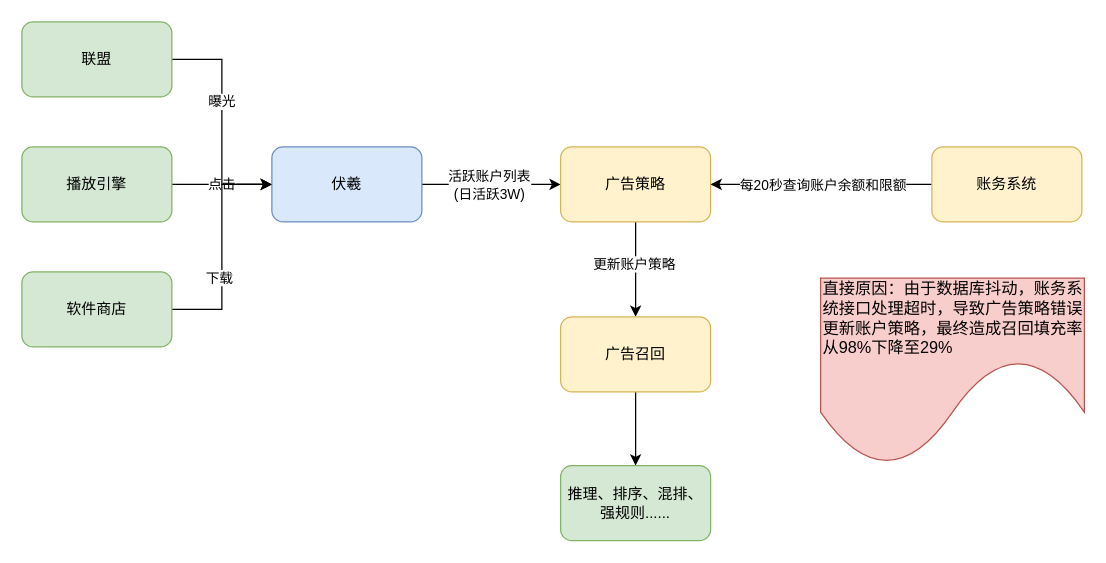
The draw.io diagram 账务系统.drawio in qiangyin/zipkin-server, before the edit. Source tidied: cells renumbered, new cells numbered last; positions are measured from the earlier drawing's top-left corner, leaving out a move shared by most shapes. Both pictures are drawn from the tidied source at 125%, with x=0, y=0 at pixel (21, 21).
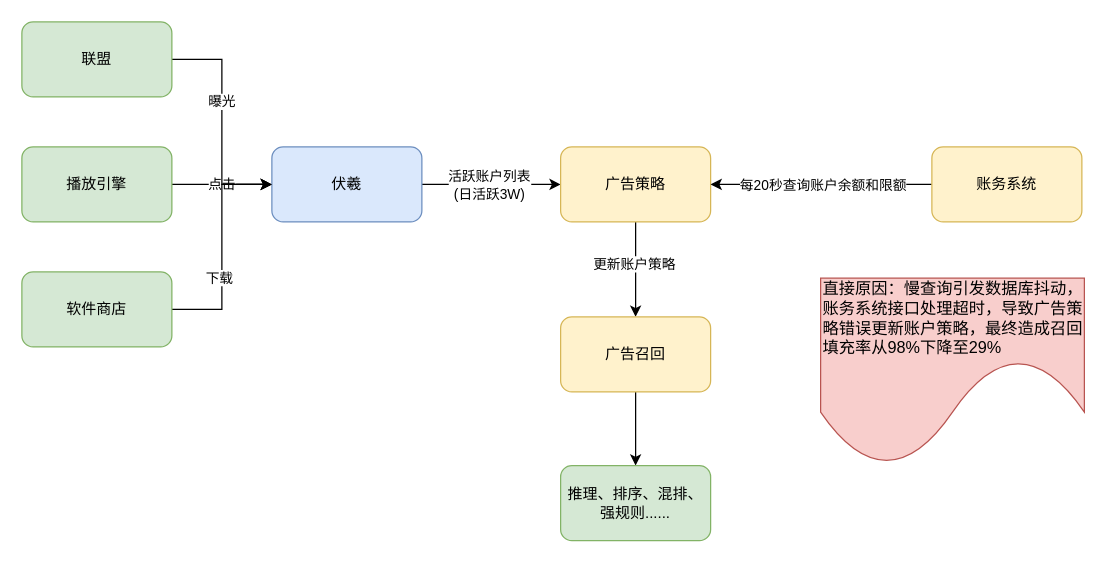
The same page after the edit.

Commit message:
更新账务系统.drawio

The edit, as a diff of the source:
```diff
@@
-    <mxCell id="22" value="&lt;font style=&quot;font-size: 13px;&quot;&gt;直接原因：由于数据库抖动，账务系统接口处理超时，导致广告策略错误更新账户策略，最终造成召回填充率从98%下降至29%&lt;/font&gt;" style="shape=document;whiteSpace=wrap;html=1;boundedLbl=1;size=0.5714285714285714;fillColor=#f8cecc;strokeColor=#b85450;align=left;" parent="1" vertex="1">
+    <mxCell id="22" value="&lt;font style=&quot;font-size: 13px;&quot;&gt;直接原因：慢查询引发数据库抖动，账务系统接口处理超时，导致广告策略错误更新账户策略，最终造成召回填充率从98%下降至29%&lt;/font&gt;" style="shape=document;whiteSpace=wrap;html=1;boundedLbl=1;size=0.5714285714285714;fillColor=#f8cecc;strokeColor=#b85450;align=left;" parent="1" vertex="1">
       <mxGeometry x="639" y="205" width="211" height="150" as="geometry" />
     </mxCell>
```
